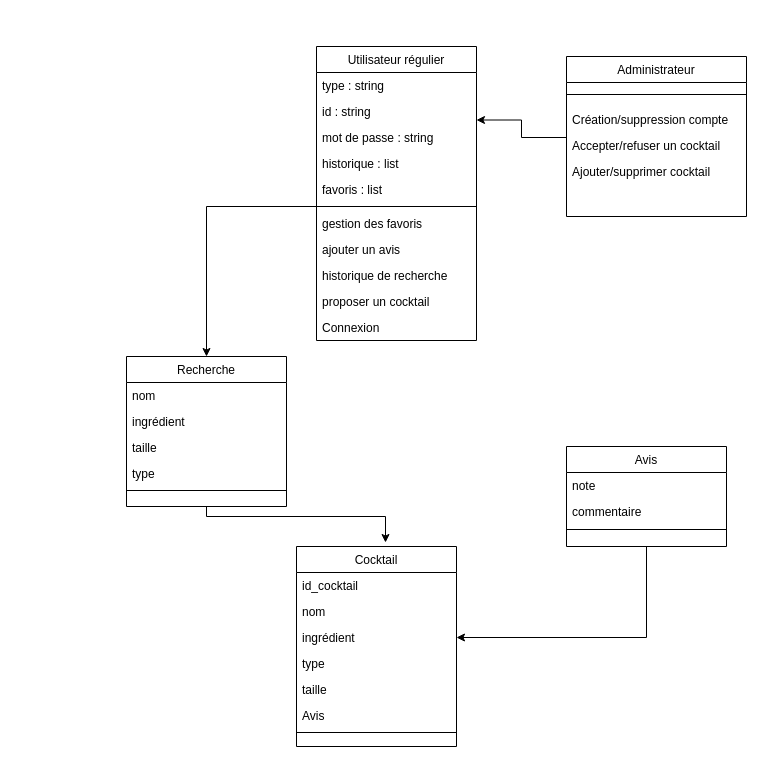
id1617/ProjetInfo2A keeps this draw.io diagram as Diagram classe.drawio. Above is the earlier version. Source tidied: cells renumbered, new cells numbered last; positions are measured from the earlier drawing's top-left corner, leaving out a move shared by most shapes. Both pictures are drawn from the tidied source at 100%, with x=0, y=0 at pixel (126, 46).
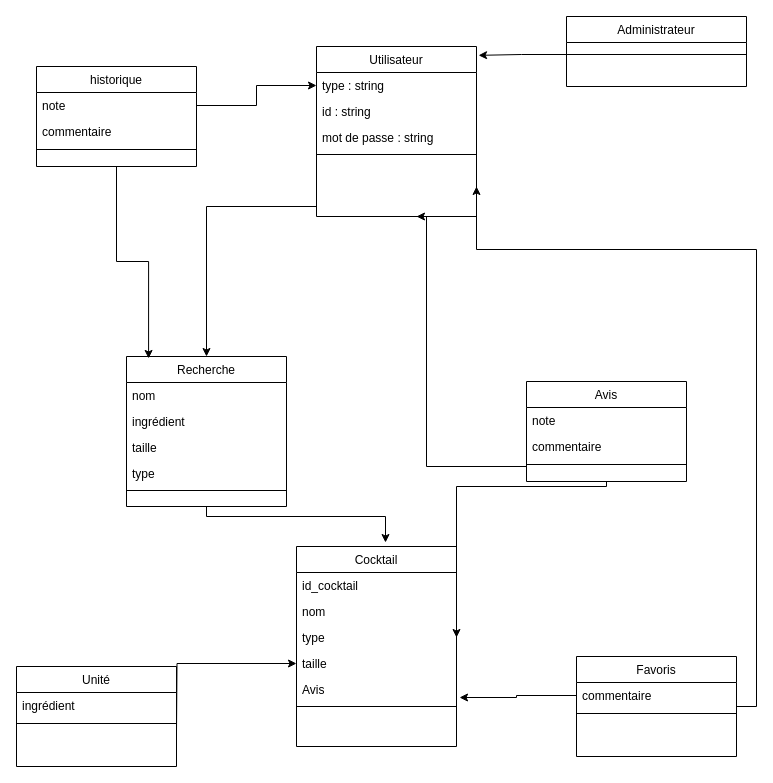
The same page after the edit.

The change refers to these unchanged cells:
```xml
<mxCell id="10" value="type : string" style="text;align=left;verticalAlign=top;spacingLeft=4;spacingRight=4;overflow=hidden;points=[[0,0.5],[1,0.5]];portConstraint=eastwest;" parent="9" vertex="1">
  <mxGeometry y="26" width="160" height="26" as="geometry" />
</mxCell>
<mxCell id="22" value="Cocktail" style="swimlane;fontStyle=0;align=center;verticalAlign=top;horizontal=1;startSize=26;rounded=0;shadow=0;strokeWidth=1;" parent="1" vertex="1">
  <mxGeometry x="170" y="500" width="160" height="200" as="geometry" />
</mxCell>
<mxCell id="35" value="Recherche" style="swimlane;fontStyle=0;align=center;verticalAlign=top;horizontal=1;startSize=26;rounded=0;shadow=0;strokeWidth=1;" parent="1" vertex="1">
  <mxGeometry y="310" width="160" height="150" as="geometry" />
</mxCell>
```

Change to the diagram source:
```diff
@@
-    <mxCell id="2" value="Administrateur" style="swimlane;fontStyle=0;align=center;verticalAlign=top;horizontal=1;startSize=26;rounded=0;shadow=0;strokeWidth=1;" parent="1" vertex="1">
-      <mxGeometry x="440" y="10" width="180" height="160" as="geometry" />
-    </mxCell>
-    <mxCell id="3" style="line;html=1;strokeWidth=1;align=left;verticalAlign=middle;spacingTop=-1;spacingLeft=3;spacingRight=3;labelPosition=right;points=[];portConstraint=eastwest;" parent="2" vertex="1">
-      <mxGeometry y="26" width="180" height="24" as="geometry" />
-    </mxCell>
-    <mxCell id="4" value="Création/suppression compte" style="text;align=left;verticalAlign=top;spacingLeft=4;spacingRight=4;overflow=hidden;" parent="2" vertex="1">
-      <mxGeometry y="50" width="180" height="26" as="geometry" />
-    </mxCell>
-    <mxCell id="5" value="Accepter/refuser un cocktail" style="text;align=left;verticalAlign=top;spacingLeft=4;spacingRight=4;overflow=hidden;" parent="2" vertex="1">
-      <mxGeometry y="76" width="180" height="26" as="geometry" />
-    </mxCell>
-    <mxCell id="6" value="Ajouter/supprimer cocktail" style="text;align=left;verticalAlign=top;spacingLeft=4;spacingRight=4;overflow=hidden;" parent="2" vertex="1">
-      <mxGeometry y="102" width="180" height="26" as="geometry" />
-    </mxCell>
-    <mxCell id="7" style="edgeStyle=orthogonalEdgeStyle;rounded=0;jettySize=auto;html=1;entryX=1;entryY=0.25;entryDx=0;entryDy=0;" parent="1" edge="1" target="9">
-      <mxGeometry relative="1" as="geometry">
-        <mxPoint x="440" y="91" as="sourcePoint" />
-        <Array as="points">
-          <mxPoint x="395" y="91" />
-          <mxPoint x="395" y="74" />
-        </Array>
-      </mxGeometry>
-    </mxCell>
@@
-    <mxCell id="9" value="Utilisateur régulier" style="swimlane;fontStyle=0;align=center;verticalAlign=top;horizontal=1;startSize=26;rounded=0;shadow=0;strokeWidth=1;" parent="1" vertex="1">
-      <mxGeometry x="190" width="160" height="294" as="geometry" />
+    <mxCell id="9" value="Utilisateur" style="swimlane;fontStyle=0;align=center;verticalAlign=top;horizontal=1;startSize=26;rounded=0;shadow=0;strokeWidth=1;" parent="1" vertex="1">
+      <mxGeometry x="190" width="160" height="170" as="geometry" />
     </mxCell>
@@
-    <mxCell id="13" value="historique : list" style="text;align=left;verticalAlign=top;spacingLeft=4;spacingRight=4;overflow=hidden;" parent="9" vertex="1">
-      <mxGeometry y="104" width="160" height="26" as="geometry" />
-    </mxCell>
-    <mxCell id="14" value="favoris : list" style="text;align=left;verticalAlign=top;spacingLeft=4;spacingRight=4;overflow=hidden;" parent="9" vertex="1">
-      <mxGeometry y="130" width="160" height="26" as="geometry" />
-    </mxCell>
     <mxCell id="15" style="line;html=1;strokeWidth=1;align=left;verticalAlign=middle;spacingTop=-1;spacingLeft=3;spacingRight=3;labelPosition=right;" parent="9" vertex="1">
-      <mxGeometry y="156" width="160" height="8" as="geometry" />
+      <mxGeometry y="104" width="160" height="8" as="geometry" />
     </mxCell>
-    <mxCell id="16" value="gestion des favoris" style="text;align=left;verticalAlign=top;spacingLeft=4;spacingRight=4;overflow=hidden;" parent="9" vertex="1">
-      <mxGeometry y="164" width="160" height="26" as="geometry" />
-    </mxCell>
-    <mxCell id="17" value="ajouter un avis" style="text;align=left;verticalAlign=top;spacingLeft=4;spacingRight=4;overflow=hidden;fontStyle=0;" parent="9" vertex="1">
-      <mxGeometry y="190" width="160" height="26" as="geometry" />
-    </mxCell>
-    <mxCell id="18" value="historique de recherche" style="text;align=left;verticalAlign=top;spacingLeft=4;spacingRight=4;overflow=hidden;fontStyle=0;" parent="9" vertex="1">
-      <mxGeometry y="216" width="160" height="26" as="geometry" />
-    </mxCell>
-    <mxCell id="19" value="proposer un cocktail" style="text;align=left;verticalAlign=top;spacingLeft=4;spacingRight=4;overflow=hidden;fontStyle=0;" parent="9" vertex="1">
-      <mxGeometry y="242" width="160" height="26" as="geometry" />
-    </mxCell>
-    <mxCell id="20" value="Connexion" style="text;align=left;verticalAlign=top;spacingLeft=4;spacingRight=4;overflow=hidden;" parent="9" vertex="1">
-      <mxGeometry y="268" width="160" height="26" as="geometry" />
-    </mxCell>
@@
-    <mxCell id="25" value="ingrédient" style="text;align=left;verticalAlign=top;spacingLeft=4;spacingRight=4;overflow=hidden;points=[[0,0.5],[1,0.5]];portConstraint=eastwest;rounded=0;shadow=0;html=0;" parent="22" vertex="1">
-      <mxGeometry y="78" width="160" height="26" as="geometry" />
-    </mxCell>
     <mxCell id="26" value="type" style="text;align=left;verticalAlign=top;spacingLeft=4;spacingRight=4;overflow=hidden;fontStyle=0;" parent="22" vertex="1">
-      <mxGeometry y="104" width="160" height="26" as="geometry" />
+      <mxGeometry y="78" width="160" height="26" as="geometry" />
     </mxCell>
     <mxCell id="27" value="taille" style="text;align=left;verticalAlign=top;spacingLeft=4;spacingRight=4;overflow=hidden;points=[[0,0.5],[1,0.5]];portConstraint=eastwest;" parent="22" vertex="1">
-      <mxGeometry y="130" width="160" height="26" as="geometry" />
+      <mxGeometry y="104" width="160" height="26" as="geometry" />
     </mxCell>
     <mxCell id="28" value="Avis" style="text;align=left;verticalAlign=top;spacingLeft=4;spacingRight=4;overflow=hidden;points=[[0,0.5],[1,0.5]];portConstraint=eastwest;" parent="22" vertex="1">
-      <mxGeometry y="156" width="160" height="26" as="geometry" />
+      <mxGeometry y="130" width="160" height="26" as="geometry" />
     </mxCell>
     <mxCell id="29" style="line;html=1;strokeWidth=1;align=left;verticalAlign=middle;spacingTop=-1;spacingLeft=3;spacingRight=3;labelPosition=right;" parent="22" vertex="1">
-      <mxGeometry y="182" width="160" height="8" as="geometry" />
+      <mxGeometry y="156" width="160" height="8" as="geometry" />
     </mxCell>
-    <mxCell id="30" style="edgeStyle=orthogonalEdgeStyle;rounded=0;jettySize=auto;html=1;entryX=1;entryY=0.5;entryDx=0;entryDy=0;" parent="1" edge="1" source="31" target="25">
-      <mxGeometry relative="1" as="geometry" />
+    <mxCell id="30" style="edgeStyle=orthogonalEdgeStyle;rounded=0;jettySize=auto;html=1;entryX=1;entryY=0.5;entryDx=0;entryDy=0;" parent="1" edge="1" source="31">
+      <mxGeometry relative="1" as="geometry">
+        <mxPoint x="330" y="591" as="targetPoint" />
+        <Array as="points">
+          <mxPoint x="480" y="440" />
+          <mxPoint x="330" y="440" />
+        </Array>
+      </mxGeometry>
     </mxCell>
-    <mxCell id="31" value="Avis" style="swimlane;fontStyle=0;align=center;verticalAlign=top;horizontal=1;startSize=26;rounded=0;shadow=0;strokeWidth=1;" parent="1" vertex="1">
-      <mxGeometry x="440" y="400" width="160" height="100" as="geometry" />
-    </mxCell>
-    <mxCell id="32" value="note" style="text;align=left;verticalAlign=top;spacingLeft=4;spacingRight=4;overflow=hidden;rounded=0;shadow=0;html=0;" parent="31" vertex="1">
-      <mxGeometry y="26" width="160" height="26" as="geometry" />
-    </mxCell>
-    <mxCell id="33" value="commentaire" style="text;align=left;verticalAlign=top;spacingLeft=4;spacingRight=4;overflow=hidden;" parent="31" vertex="1">
-      <mxGeometry y="52" width="160" height="26" as="geometry" />
-    </mxCell>
-    <mxCell id="34" style="line;html=1;strokeWidth=1;align=left;verticalAlign=middle;spacingTop=-1;spacingLeft=3;spacingRight=3;labelPosition=right;" parent="31" vertex="1">
-      <mxGeometry y="78" width="160" height="10" as="geometry" />
-    </mxCell>
+    <mxCell id="41" style="edgeStyle=orthogonalEdgeStyle;rounded=0;jettySize=auto;html=1;" parent="1" edge="1" source="31">
+      <mxGeometry relative="1" as="geometry">
+        <mxPoint x="290" y="170" as="targetPoint" />
+        <Array as="points">
+          <mxPoint x="300" y="420" />
+          <mxPoint x="300" y="170" />
+        </Array>
+      </mxGeometry>
+    </mxCell>
@@
+    <mxCell id="42" style="edgeStyle=orthogonalEdgeStyle;rounded=0;jettySize=auto;html=1;entryX=0.138;entryY=0.013;entryDx=0;entryDy=0;entryPerimeter=0;" parent="1" edge="1" source="43" target="35">
+      <mxGeometry relative="1" as="geometry" />
+    </mxCell>
+    <mxCell id="43" value="historique" style="swimlane;fontStyle=0;align=center;verticalAlign=top;horizontal=1;startSize=26;rounded=0;shadow=0;strokeWidth=1;" parent="1" vertex="1">
+      <mxGeometry x="-90" y="20" width="160" height="100" as="geometry" />
+    </mxCell>
+    <mxCell id="44" value="note" style="text;align=left;verticalAlign=top;spacingLeft=4;spacingRight=4;overflow=hidden;points=[[0,0.5],[1,0.5]];portConstraint=eastwest;rounded=0;shadow=0;html=0;" parent="43" vertex="1">
+      <mxGeometry y="26" width="160" height="26" as="geometry" />
+    </mxCell>
+    <mxCell id="45" value="commentaire" style="text;align=left;verticalAlign=top;spacingLeft=4;spacingRight=4;overflow=hidden;" parent="43" vertex="1">
+      <mxGeometry y="52" width="160" height="26" as="geometry" />
+    </mxCell>
+    <mxCell id="46" style="line;html=1;strokeWidth=1;align=left;verticalAlign=middle;spacingTop=-1;spacingLeft=3;spacingRight=3;labelPosition=right;" parent="43" vertex="1">
+      <mxGeometry y="78" width="160" height="10" as="geometry" />
+    </mxCell>
+    <mxCell id="47" style="edgeStyle=orthogonalEdgeStyle;rounded=0;jettySize=auto;html=1;" parent="1" edge="1" source="48">
+      <mxGeometry relative="1" as="geometry">
+        <mxPoint x="350" y="140" as="targetPoint" />
+        <Array as="points">
+          <mxPoint x="630" y="660" />
+          <mxPoint x="630" y="203" />
+        </Array>
+      </mxGeometry>
+    </mxCell>
+    <mxCell id="48" value="Favoris" style="swimlane;fontStyle=0;align=center;verticalAlign=top;horizontal=1;startSize=26;rounded=0;shadow=0;strokeWidth=1;" parent="1" vertex="1">
+      <mxGeometry x="450" y="610" width="160" height="100" as="geometry" />
+    </mxCell>
+    <mxCell id="49" value="commentaire" style="text;align=left;verticalAlign=top;spacingLeft=4;spacingRight=4;overflow=hidden;points=[[0,0.5],[1,0.5]];portConstraint=eastwest;" parent="48" vertex="1">
+      <mxGeometry y="26" width="160" height="26" as="geometry" />
+    </mxCell>
+    <mxCell id="50" style="line;html=1;strokeWidth=1;align=left;verticalAlign=middle;spacingTop=-1;spacingLeft=3;spacingRight=3;labelPosition=right;" parent="48" vertex="1">
+      <mxGeometry y="52" width="160" height="10" as="geometry" />
+    </mxCell>
+    <mxCell id="51" value="Unité" style="swimlane;fontStyle=0;align=center;verticalAlign=top;horizontal=1;startSize=26;rounded=0;shadow=0;strokeWidth=1;" parent="1" vertex="1">
+      <mxGeometry x="-110" y="620" width="160" height="100" as="geometry" />
+    </mxCell>
+    <mxCell id="25" value="ingrédient" style="text;align=left;verticalAlign=top;spacingLeft=4;spacingRight=4;overflow=hidden;points=[[0,0.5],[1,0.5]];portConstraint=eastwest;rounded=0;shadow=0;html=0;" parent="51" vertex="1">
+      <mxGeometry y="26" width="160" height="26" as="geometry" />
+    </mxCell>
+    <mxCell id="52" style="line;html=1;strokeWidth=1;align=left;verticalAlign=middle;spacingTop=-1;spacingLeft=3;spacingRight=3;labelPosition=right;" parent="51" vertex="1">
+      <mxGeometry y="52" width="160" height="10" as="geometry" />
+    </mxCell>
+    <mxCell id="53" style="edgeStyle=orthogonalEdgeStyle;rounded=0;jettySize=auto;html=1;entryX=0;entryY=0.5;entryDx=0;entryDy=0;" parent="1" edge="1" source="44" target="10">
+      <mxGeometry relative="1" as="geometry" />
+    </mxCell>
+    <mxCell id="54" style="edgeStyle=orthogonalEdgeStyle;rounded=0;jettySize=auto;html=1;entryX=1.019;entryY=0.808;entryDx=0;entryDy=0;entryPerimeter=0;" parent="1" edge="1" source="49" target="28">
+      <mxGeometry relative="1" as="geometry" />
+    </mxCell>
+    <mxCell id="55" style="edgeStyle=orthogonalEdgeStyle;rounded=0;jettySize=auto;html=1;entryX=0;entryY=0.5;entryDx=0;entryDy=0;" parent="1" edge="1" target="27">
+      <mxGeometry relative="1" as="geometry">
+        <mxPoint x="50" y="685" as="sourcePoint" />
+      </mxGeometry>
+    </mxCell>
+    <mxCell id="2" value="Administrateur" style="swimlane;fontStyle=0;align=center;verticalAlign=top;horizontal=1;startSize=26;rounded=0;shadow=0;strokeWidth=1;" parent="1" vertex="1">
+      <mxGeometry x="440" y="-30" width="180" height="70" as="geometry" />
+    </mxCell>
+    <mxCell id="3" style="line;html=1;strokeWidth=1;align=left;verticalAlign=middle;spacingTop=-1;spacingLeft=3;spacingRight=3;labelPosition=right;points=[];portConstraint=eastwest;" parent="2" vertex="1">
+      <mxGeometry y="26" width="180" height="24" as="geometry" />
+    </mxCell>
+    <mxCell id="56" style="edgeStyle=orthogonalEdgeStyle;rounded=0;jettySize=auto;html=1;entryX=1.013;entryY=0.052;entryDx=0;entryDy=0;entryPerimeter=0;" parent="1" edge="1" source="3" target="9">
+      <mxGeometry relative="1" as="geometry" />
+    </mxCell>
+    <mxCell id="31" value="Avis" style="swimlane;fontStyle=0;align=center;verticalAlign=top;horizontal=1;startSize=26;rounded=0;shadow=0;strokeWidth=1;" parent="1" vertex="1">
+      <mxGeometry x="400" y="335" width="160" height="100" as="geometry" />
+    </mxCell>
+    <mxCell id="32" value="note" style="text;align=left;verticalAlign=top;spacingLeft=4;spacingRight=4;overflow=hidden;rounded=0;shadow=0;html=0;" parent="31" vertex="1">
+      <mxGeometry y="26" width="160" height="26" as="geometry" />
+    </mxCell>
+    <mxCell id="33" value="commentaire" style="text;align=left;verticalAlign=top;spacingLeft=4;spacingRight=4;overflow=hidden;" parent="31" vertex="1">
+      <mxGeometry y="52" width="160" height="26" as="geometry" />
+    </mxCell>
+    <mxCell id="34" style="line;html=1;strokeWidth=1;align=left;verticalAlign=middle;spacingTop=-1;spacingLeft=3;spacingRight=3;labelPosition=right;" parent="31" vertex="1">
+      <mxGeometry y="78" width="160" height="10" as="geometry" />
+    </mxCell>
```
